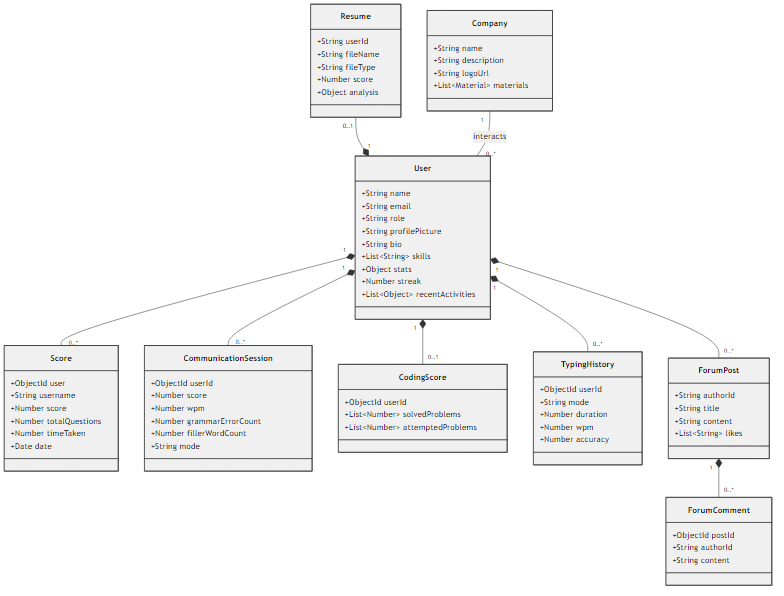
The Mermaid diagram class_diagram.png in subinthomas2004/career-craft, before a commit. Its source is kept beside it as class_diagram.mmd.
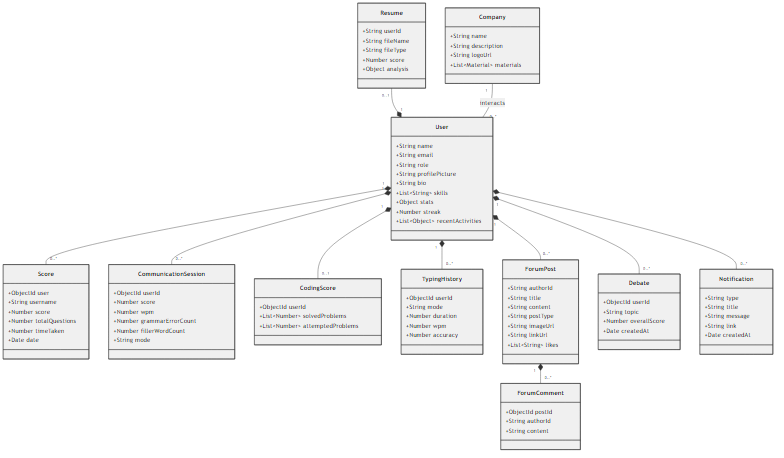
Later version of the same file.

What changed in the source:
```diff
@@ -77,6 +77,9 @@
         +String authorId
         +String title
         +String content
+        +String postType
+        +String imageUrl
+        +String linkUrl
         +List~String~ likes
     }
 
@@ -86,6 +89,21 @@
         +String content
     }
 
+    class Debate {
+        +ObjectId userId
+        +String topic
+        +Number overallScore
+        +Date createdAt
+    }
+
+    class Notification {
+        +String type
+        +String title
+        +String message
+        +String link
+        +Date createdAt
+    }
+
     Resume "0..1" --* "1" User
     Company "1" -- "0..*" User : interacts
     User "1" *-- "0..*" Score
@@ -93,4 +111,6 @@
     User "1" *-- "0..1" CodingScore
     User "1" *-- "0..*" TypingHistory
     User "1" *-- "0..*" ForumPost
+    User "1" *-- "0..*" Debate
+    User "1" *-- "0..*" Notification
     ForumPost "1" *-- "0..*" ForumComment
```
